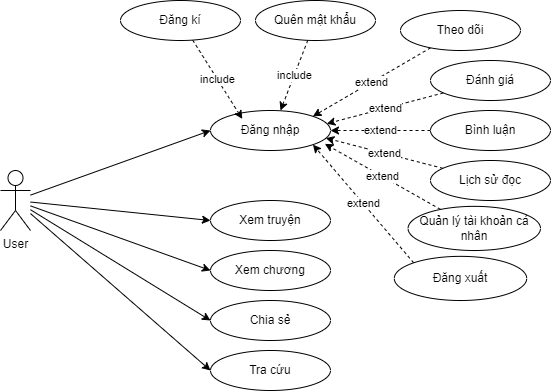
The draw.io diagram .Baocao/UC/user.drawio.png in kdg2k2/kdg_truyen, before a commit. Source tidied: cells renumbered, new cells last; positions are measured from the earlier drawing's top-left corner, leaving out a move shared by most shapes.
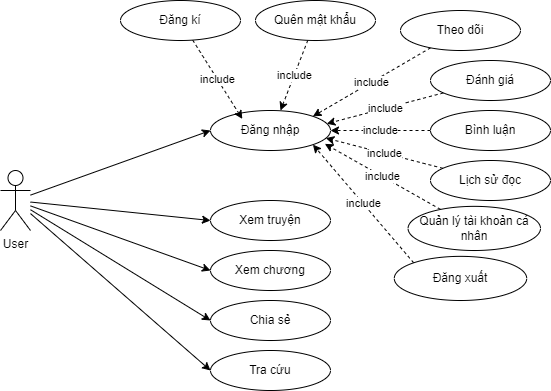
Above is the later version.

Diff of the diagram source:
```diff
@@ -37,19 +37,19 @@
     <mxCell id="12" value="Đăng kí" style="ellipse;whiteSpace=wrap;html=1;" parent="1" vertex="1">
       <mxGeometry x="120" width="120" height="40" as="geometry" />
     </mxCell>
-    <mxCell id="13" value="extend" style="edgeStyle=none;html=1;entryX=1;entryY=0;entryDx=0;entryDy=0;dashed=1;" parent="1" edge="1" source="14" target="8">
+    <mxCell id="13" value="include" style="edgeStyle=none;html=1;entryX=1;entryY=0;entryDx=0;entryDy=0;dashed=1;" parent="1" edge="1" source="14" target="8">
       <mxGeometry relative="1" as="geometry" />
     </mxCell>
     <mxCell id="14" value="Theo dõi" style="ellipse;whiteSpace=wrap;html=1;" parent="1" vertex="1">
       <mxGeometry x="400" y="10" width="120" height="40" as="geometry" />
     </mxCell>
-    <mxCell id="15" value="extend" style="edgeStyle=none;html=1;entryX=0.969;entryY=0.33;entryDx=0;entryDy=0;entryPerimeter=0;dashed=1;" parent="1" edge="1" source="16" target="8">
+    <mxCell id="15" value="include" style="edgeStyle=none;html=1;entryX=0.969;entryY=0.33;entryDx=0;entryDy=0;entryPerimeter=0;dashed=1;" parent="1" edge="1" source="16" target="8">
       <mxGeometry relative="1" as="geometry" />
     </mxCell>
     <mxCell id="16" value="Đánh giá" style="ellipse;whiteSpace=wrap;html=1;" parent="1" vertex="1">
       <mxGeometry x="430" y="60" width="120" height="40" as="geometry" />
     </mxCell>
-    <mxCell id="17" value="extend" style="edgeStyle=none;html=1;entryX=1;entryY=0.5;entryDx=0;entryDy=0;dashed=1;" parent="1" edge="1" source="18" target="8">
+    <mxCell id="17" value="include" style="edgeStyle=none;html=1;entryX=1;entryY=0.5;entryDx=0;entryDy=0;dashed=1;" parent="1" edge="1" source="18" target="8">
       <mxGeometry relative="1" as="geometry" />
     </mxCell>
     <mxCell id="18" value="Bình luận" style="ellipse;whiteSpace=wrap;html=1;" parent="1" vertex="1">
@@ -64,19 +64,19 @@
     <mxCell id="21" value="Chia sẻ" style="ellipse;whiteSpace=wrap;html=1;" parent="1" vertex="1">
       <mxGeometry x="210" y="300" width="120" height="40" as="geometry" />
     </mxCell>
-    <mxCell id="22" value="extend" style="edgeStyle=none;html=1;entryX=0.961;entryY=0.69;entryDx=0;entryDy=0;entryPerimeter=0;dashed=1;" parent="1" edge="1" source="23" target="8">
+    <mxCell id="22" value="include" style="edgeStyle=none;html=1;entryX=0.961;entryY=0.69;entryDx=0;entryDy=0;entryPerimeter=0;dashed=1;" parent="1" edge="1" source="23" target="8">
       <mxGeometry relative="1" as="geometry" />
     </mxCell>
     <mxCell id="23" value="Lịch sử đọc" style="ellipse;whiteSpace=wrap;html=1;" parent="1" vertex="1">
       <mxGeometry x="430" y="160" width="120" height="40" as="geometry" />
     </mxCell>
-    <mxCell id="24" value="extend" style="edgeStyle=none;html=1;entryX=0.953;entryY=0.834;entryDx=0;entryDy=0;entryPerimeter=0;dashed=1;" parent="1" edge="1" source="25" target="8">
+    <mxCell id="24" value="include" style="edgeStyle=none;html=1;entryX=0.953;entryY=0.834;entryDx=0;entryDy=0;entryPerimeter=0;dashed=1;" parent="1" edge="1" source="25" target="8">
       <mxGeometry relative="1" as="geometry" />
     </mxCell>
     <mxCell id="25" value="Quản lý tài khoản cá nhân" style="ellipse;whiteSpace=wrap;html=1;" parent="1" vertex="1">
       <mxGeometry x="407.6" y="205.9" width="132.4" height="44.1" as="geometry" />
     </mxCell>
-    <mxCell id="26" value="extend" style="edgeStyle=none;html=1;entryX=1;entryY=1;entryDx=0;entryDy=0;dashed=1;exitX=0;exitY=0;exitDx=0;exitDy=0;" parent="1" edge="1" source="27" target="8">
+    <mxCell id="26" value="include" style="edgeStyle=none;html=1;entryX=1;entryY=1;entryDx=0;entryDy=0;dashed=1;exitX=0;exitY=0;exitDx=0;exitDy=0;" parent="1" edge="1" source="27" target="8">
       <mxGeometry relative="1" as="geometry" />
     </mxCell>
     <mxCell id="27" value="Đăng xuất" style="ellipse;whiteSpace=wrap;html=1;" parent="1" vertex="1">
```
